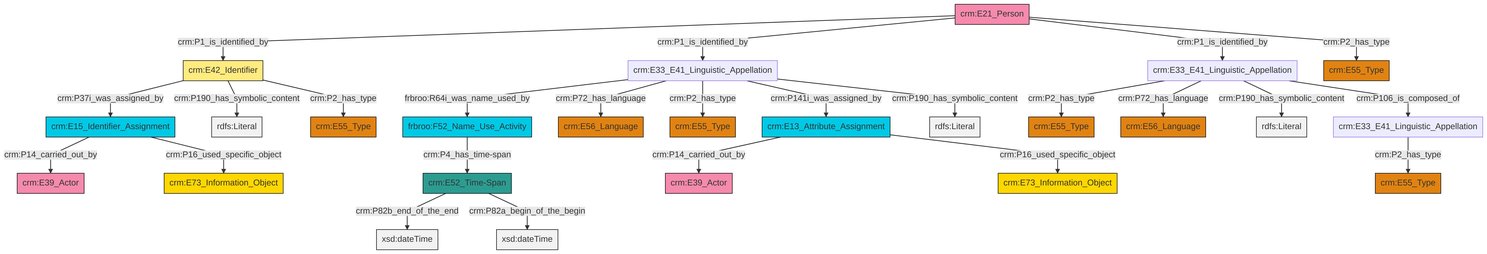
Earlier version of the Mermaid export et/personCSV/ttl/mmd/png/Person_Names_and_Classification.png (swiss-art-research-net/reference-data-models). Its source is kept beside it as et/personCSV/ttl/mmd/Person_Names_and_Classification.ttl.mmd.
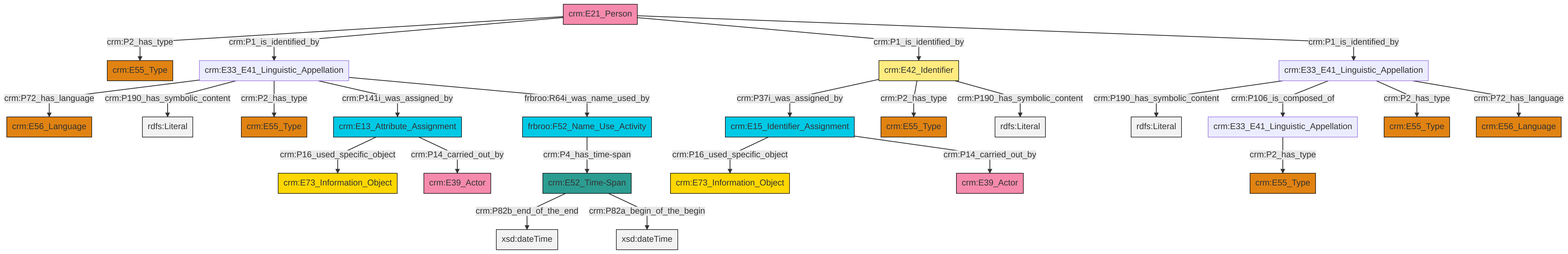
After the commit.

Diff of the diagram source:
```diff
@@ -13,27 +13,27 @@
 classDef PC_Classes fill:#4ce600, stroke:#000000;
 classDef Multi fill:#cccccc,stroke:#000000;
 
-12["crm:E52_Time-Span"]:::Time-Span -->|crm:P82b_end_of_the_end| 13[xsd:dateTime]:::Literal
-14["crm:E42_Identifier"]:::Appellation -->|crm:P37i_was_assigned_by| 15["crm:E15_Identifier_Assignment"]:::Temporal_Entity
-14["crm:E42_Identifier"]:::Appellation -->|crm:P190_has_symbolic_content| 16[rdfs:Literal]:::Literal
-2["crm:E33_E41_Linguistic_Appellation"]:::Default -->|frbroo:R64i_was_name_used_by| 17["frbroo:F52_Name_Use_Activity"]:::Temporal_Entity
-17["frbroo:F52_Name_Use_Activity"]:::Temporal_Entity -->|crm:P4_has_time-span| 12["crm:E52_Time-Span"]:::Time-Span
-15["crm:E15_Identifier_Assignment"]:::Temporal_Entity -->|crm:P14_carried_out_by| 0["crm:E39_Actor"]:::Actor
-20["crm:E21_Person"]:::Actor -->|crm:P1_is_identified_by| 14["crm:E42_Identifier"]:::Appellation
-2["crm:E33_E41_Linguistic_Appellation"]:::Default -->|crm:P72_has_language| 4["crm:E56_Language"]:::Type
-15["crm:E15_Identifier_Assignment"]:::Temporal_Entity -->|crm:P16_used_specific_object| 24["crm:E73_Information_Object"]:::Conceptual_Object
-20["crm:E21_Person"]:::Actor -->|crm:P1_is_identified_by| 2["crm:E33_E41_Linguistic_Appellation"]:::Default
-2["crm:E33_E41_Linguistic_Appellation"]:::Default -->|crm:P2_has_type| 22["crm:E55_Type"]:::Type
-18["crm:E33_E41_Linguistic_Appellation"]:::Default -->|crm:P2_has_type| 25["crm:E55_Type"]:::Type
-12["crm:E52_Time-Span"]:::Time-Span -->|crm:P82a_begin_of_the_begin| 28[xsd:dateTime]:::Literal
-2["crm:E33_E41_Linguistic_Appellation"]:::Default -->|crm:P141i_was_assigned_by| 8["crm:E13_Attribute_Assignment"]:::Temporal_Entity
-2["crm:E33_E41_Linguistic_Appellation"]:::Default -->|crm:P190_has_symbolic_content| 35[rdfs:Literal]:::Literal
-20["crm:E21_Person"]:::Actor -->|crm:P1_is_identified_by| 18["crm:E33_E41_Linguistic_Appellation"]:::Default
-18["crm:E33_E41_Linguistic_Appellation"]:::Default -->|crm:P72_has_language| 38["crm:E56_Language"]:::Type
-18["crm:E33_E41_Linguistic_Appellation"]:::Default -->|crm:P190_has_symbolic_content| 41[rdfs:Literal]:::Literal
-14["crm:E42_Identifier"]:::Appellation -->|crm:P2_has_type| 6["crm:E55_Type"]:::Type
-29["crm:E33_E41_Linguistic_Appellation"]:::Default -->|crm:P2_has_type| 33["crm:E55_Type"]:::Type
-8["crm:E13_Attribute_Assignment"]:::Temporal_Entity -->|crm:P14_carried_out_by| 26["crm:E39_Actor"]:::Actor
-20["crm:E21_Person"]:::Actor -->|crm:P2_has_type| 10["crm:E55_Type"]:::Type
-8["crm:E13_Attribute_Assignment"]:::Temporal_Entity -->|crm:P16_used_specific_object| 45["crm:E73_Information_Object"]:::Conceptual_Object
-18["crm:E33_E41_Linguistic_Appellation"]:::Default -->|crm:P106_is_composed_of| 29["crm:E33_E41_Linguistic_Appellation"]:::Default
+3["crm:E33_E41_Linguistic_Appellation"]:::Default -->|crm:P190_has_symbolic_content| 4[rdfs:Literal]:::Literal
+5["crm:E52_Time-Span"]:::Time-Span -->|crm:P82b_end_of_the_end| 6[xsd:dateTime]:::Literal
+11["crm:E33_E41_Linguistic_Appellation"]:::Default -->|crm:P72_has_language| 12["crm:E56_Language"]:::Type
+3["crm:E33_E41_Linguistic_Appellation"]:::Default -->|crm:P106_is_composed_of| 0["crm:E33_E41_Linguistic_Appellation"]:::Default
+19["crm:E42_Identifier"]:::Appellation -->|crm:P37i_was_assigned_by| 20["crm:E15_Identifier_Assignment"]:::Temporal_Entity
+21["crm:E13_Attribute_Assignment"]:::Temporal_Entity -->|crm:P16_used_specific_object| 22["crm:E73_Information_Object"]:::Conceptual_Object
+5["crm:E52_Time-Span"]:::Time-Span -->|crm:P82a_begin_of_the_begin| 23[xsd:dateTime]:::Literal
+24["crm:E21_Person"]:::Actor -->|crm:P2_has_type| 26["crm:E55_Type"]:::Type
+3["crm:E33_E41_Linguistic_Appellation"]:::Default -->|crm:P2_has_type| 28["crm:E55_Type"]:::Type
+11["crm:E33_E41_Linguistic_Appellation"]:::Default -->|crm:P190_has_symbolic_content| 32[rdfs:Literal]:::Literal
+3["crm:E33_E41_Linguistic_Appellation"]:::Default -->|crm:P72_has_language| 33["crm:E56_Language"]:::Type
+19["crm:E42_Identifier"]:::Appellation -->|crm:P2_has_type| 17["crm:E55_Type"]:::Type
+24["crm:E21_Person"]:::Actor -->|crm:P1_is_identified_by| 11["crm:E33_E41_Linguistic_Appellation"]:::Default
+24["crm:E21_Person"]:::Actor -->|crm:P1_is_identified_by| 19["crm:E42_Identifier"]:::Appellation
+19["crm:E42_Identifier"]:::Appellation -->|crm:P190_has_symbolic_content| 35[rdfs:Literal]:::Literal
+20["crm:E15_Identifier_Assignment"]:::Temporal_Entity -->|crm:P16_used_specific_object| 29["crm:E73_Information_Object"]:::Conceptual_Object
+11["crm:E33_E41_Linguistic_Appellation"]:::Default -->|crm:P2_has_type| 37["crm:E55_Type"]:::Type
+11["crm:E33_E41_Linguistic_Appellation"]:::Default -->|crm:P141i_was_assigned_by| 21["crm:E13_Attribute_Assignment"]:::Temporal_Entity
+0["crm:E33_E41_Linguistic_Appellation"]:::Default -->|crm:P2_has_type| 13["crm:E55_Type"]:::Type
+20["crm:E15_Identifier_Assignment"]:::Temporal_Entity -->|crm:P14_carried_out_by| 9["crm:E39_Actor"]:::Actor
+21["crm:E13_Attribute_Assignment"]:::Temporal_Entity -->|crm:P14_carried_out_by| 7["crm:E39_Actor"]:::Actor
+11["crm:E33_E41_Linguistic_Appellation"]:::Default -->|frbroo:R64i_was_name_used_by| 41["frbroo:F52_Name_Use_Activity"]:::Temporal_Entity
+41["frbroo:F52_Name_Use_Activity"]:::Temporal_Entity -->|crm:P4_has_time-span| 5["crm:E52_Time-Span"]:::Time-Span
+24["crm:E21_Person"]:::Actor -->|crm:P1_is_identified_by| 3["crm:E33_E41_Linguistic_Appellation"]:::Default
```
